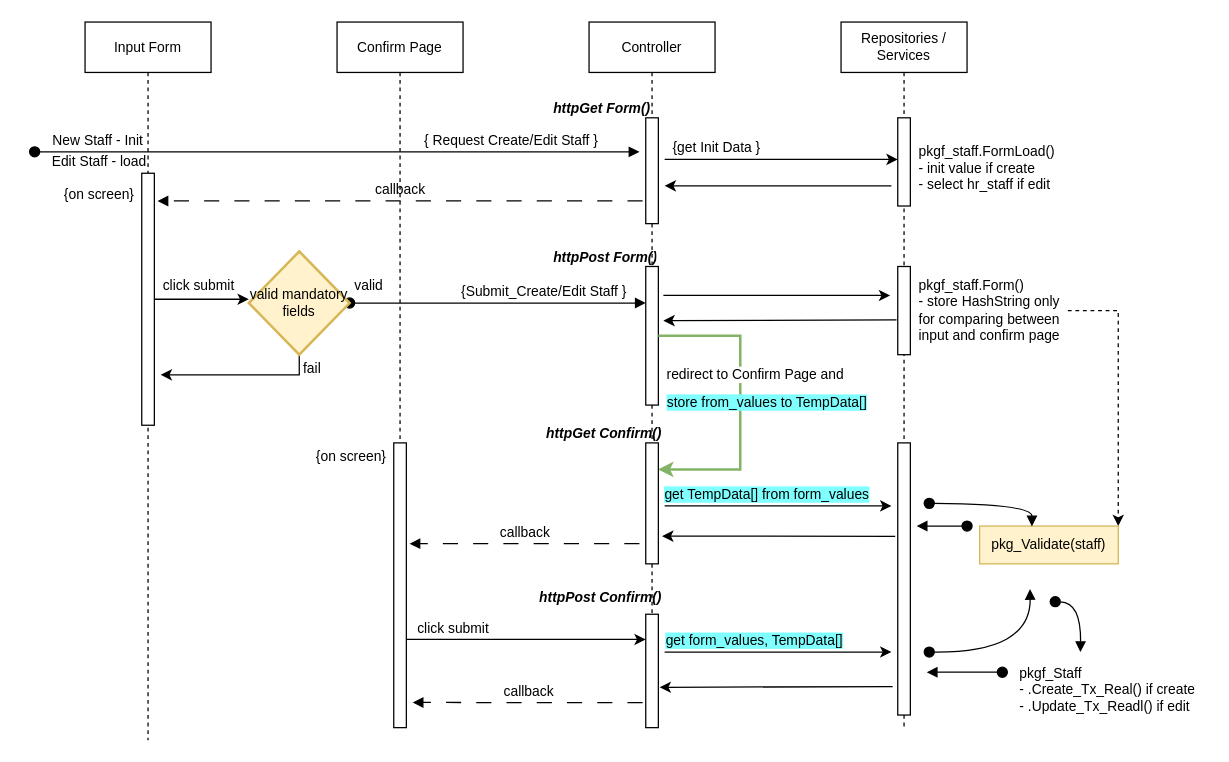
mujianlo/hrpt_drawio keeps this draw.io diagram as Staff_InputandConfirm_workflow.drawio. Above is the earlier version. Source tidied: cells renumbered, new cells numbered last; positions are measured from the earlier drawing's top-left corner, leaving out a move shared by most shapes. Both pictures are drawn from the tidied source at 126%, with x=0, y=0 at pixel (34, 21).
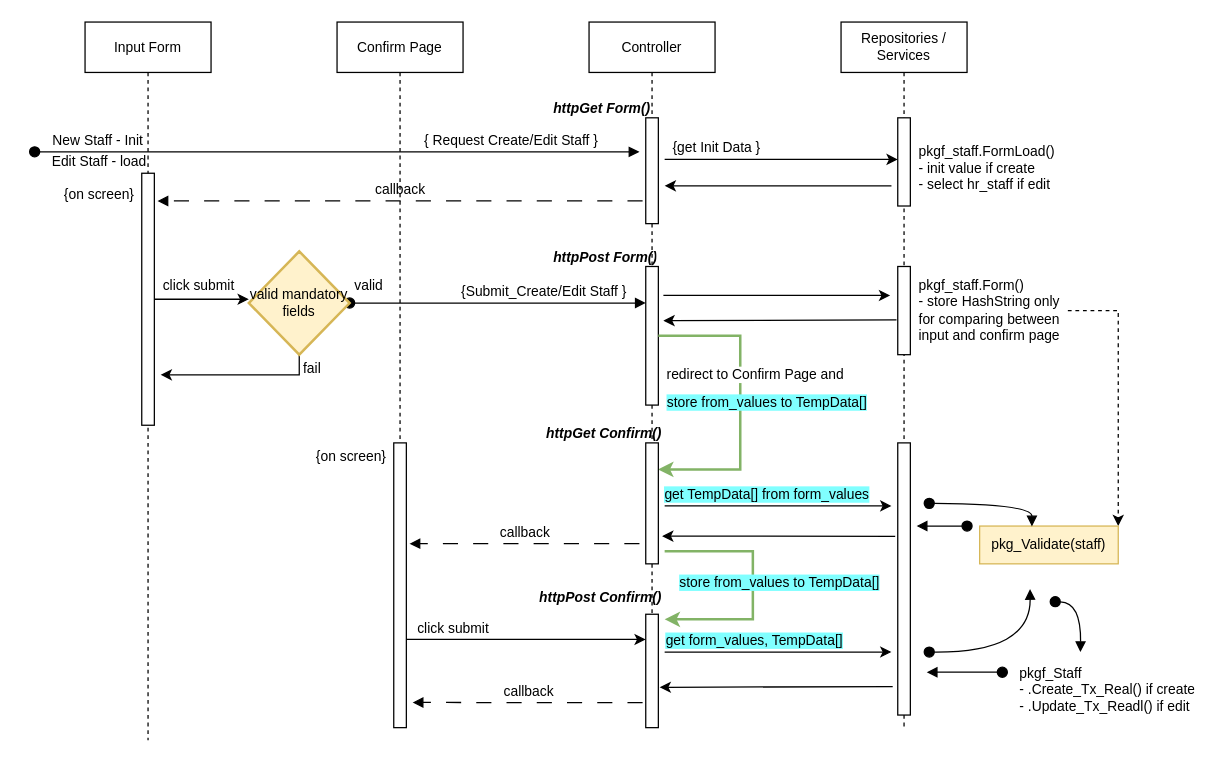
After the change.

Unchanged cells that the change refers to:
```xml
<mxCell id="49" value="httpPost Confirm()" style="text;html=1;strokeColor=none;fillColor=none;align=right;verticalAlign=middle;whiteSpace=wrap;overflow=hidden;fontSize=11;fontFamily=Helvetica;fontStyle=3;" parent="1" vertex="1">
  <mxGeometry x="380" y="440" width="120" height="34" as="geometry" />
</mxCell>
```

What changed in the source:
```diff
@@
+    <mxCell id="62" style="edgeStyle=elbowEdgeStyle;rounded=0;jettySize=auto;html=1;entryX=1;entryY=1;entryDx=0;entryDy=0;fontSize=11;strokeWidth=2;fillColor=#d5e8d4;strokeColor=#82b366;" parent="1" edge="1" target="49">
+      <mxGeometry relative="1" as="geometry">
+        <mxPoint x="500" y="420" as="sourcePoint" />
+        <Array as="points">
+          <mxPoint x="570" y="450" />
+        </Array>
+      </mxGeometry>
+    </mxCell>
+    <mxCell id="63" value="store from_values to TempData[] " style="edgeLabel;html=1;align=center;verticalAlign=middle;labelBackgroundColor=#80ffff;fontSize=11;" parent="62" vertex="1">
+      <mxGeometry x="0.08" y="-2" relative="1" as="geometry">
+        <mxPoint x="22" y="-11" as="offset" />
+      </mxGeometry>
+    </mxCell>
```
